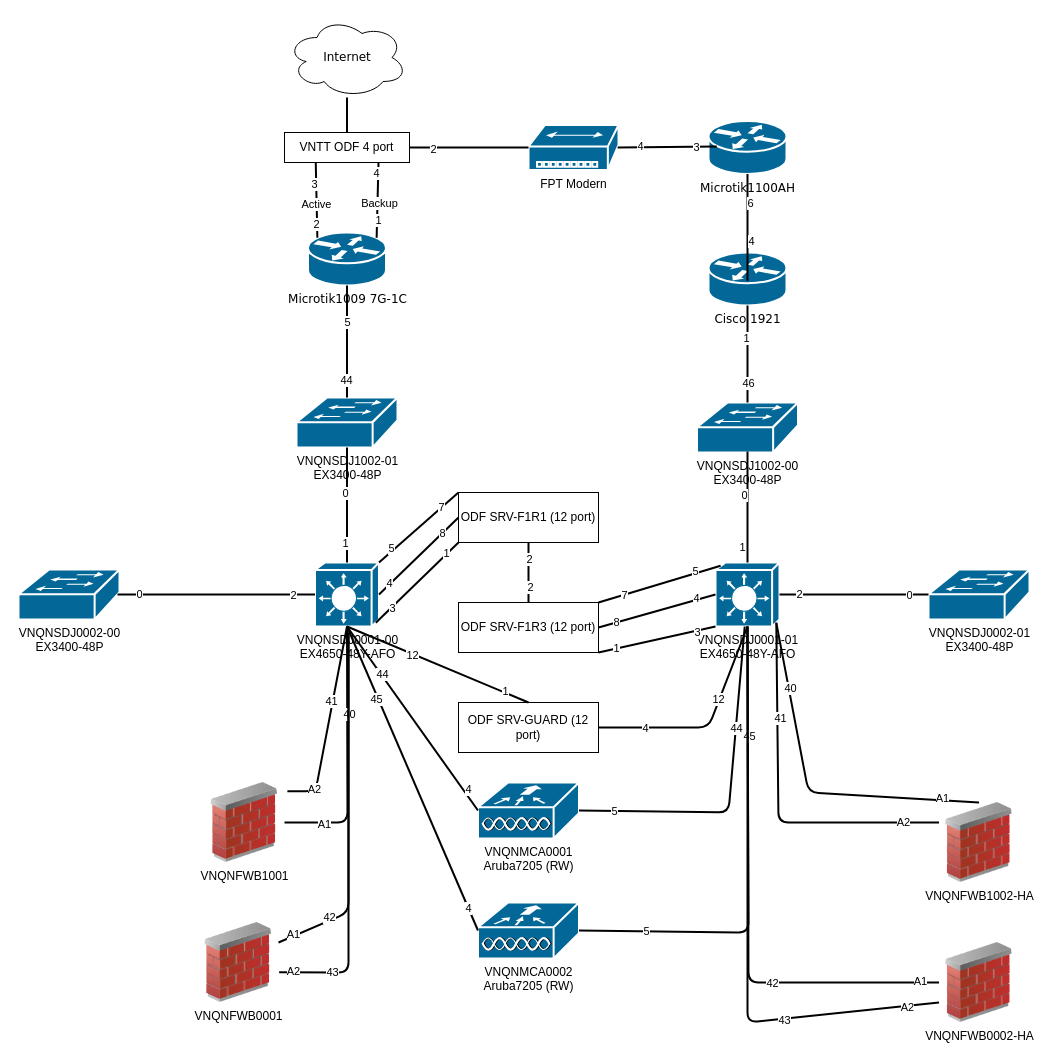
Before: page "Server room" (1 of 3) of Untitled Diagram.drawio in zalai/demo, a draw.io diagram. Source tidied: cells renumbered, new cells numbered last; positions are measured from the earlier drawing's top-left corner, leaving out a move shared by most shapes. Both pictures are drawn from the tidied source at 100%, with x=0, y=0 at pixel (18, 17).
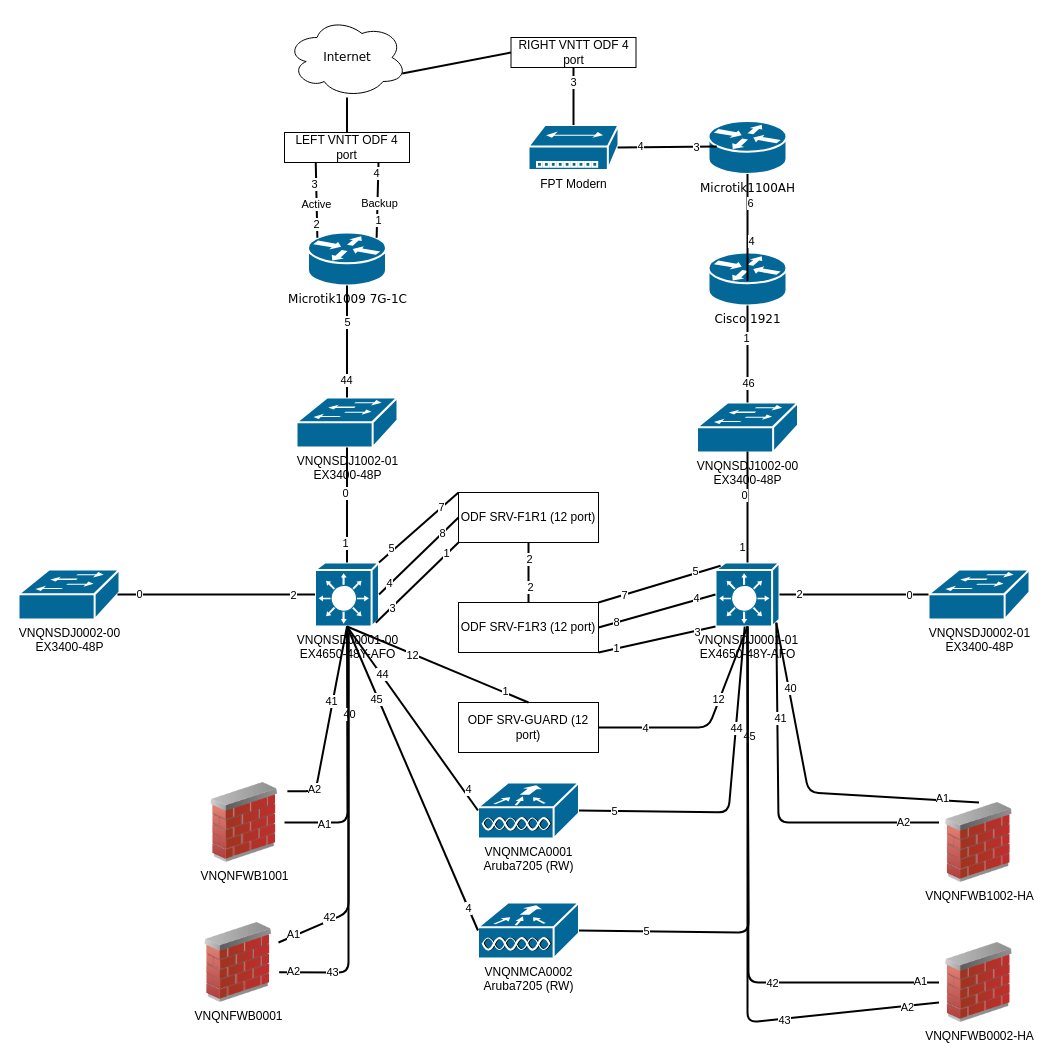
The same page after the edit.

The change refers to these unchanged cells:
```xml
<mxCell id="2" value="Internet" style="ellipse;shape=cloud;whiteSpace=wrap;html=1;rounded=0;shadow=0;comic=0;strokeWidth=1;fontFamily=Verdana;fontSize=12;" parent="1" vertex="1">
  <mxGeometry x="268.5" width="120" height="80" as="geometry" />
</mxCell>
<mxCell id="9" value="FPT Modern" style="shape=mxgraph.cisco.hubs_and_gateways.small_hub;sketch=0;html=1;dashed=0;fillColor=#036897;strokeColor=#ffffff;strokeWidth=2;verticalLabelPosition=bottom;verticalAlign=top;align=center;outlineConnect=0;" parent="1" vertex="1">
  <mxGeometry x="510" y="107.5" width="90" height="45" as="geometry" />
</mxCell>
```

What changed in the source:
```diff
@@
-    <mxCell id="15" value="VNTT ODF 4 port" style="rounded=0;whiteSpace=wrap;html=1;" parent="1" vertex="1">
+    <mxCell id="15" value="LEFT VNTT ODF 4 port" style="rounded=0;whiteSpace=wrap;html=1;" parent="1" vertex="1">
       <mxGeometry x="266" y="115" width="125" height="30" as="geometry" />
     </mxCell>
@@
-    <mxCell id="32" style="rounded=0;jettySize=auto;html=1;strokeWidth=2;endArrow=none;endFill=0;exitX=1;exitY=0.5;exitDx=0;exitDy=0;" parent="1" edge="1" source="15" target="9">
+    <mxCell id="32" style="rounded=0;jettySize=auto;html=1;strokeWidth=2;endArrow=none;endFill=0;exitX=0.5;exitY=1;exitDx=0;exitDy=0;" parent="1" edge="1" source="122" target="9">
       <mxGeometry relative="1" as="geometry" />
     </mxCell>
-    <mxCell id="33" value="2" style="edgeLabel;html=1;align=center;verticalAlign=middle;" parent="32" vertex="1">
-      <mxGeometry x="-0.61" y="-1" relative="1" as="geometry" />
-    </mxCell>
+    <mxCell id="121" value="3" style="edgeLabel;html=1;align=center;verticalAlign=middle;" parent="32" vertex="1">
+      <mxGeometry x="-0.51" y="-1" relative="1" as="geometry" />
+    </mxCell>
@@
+    <mxCell id="122" value="RIGHT VNTT ODF 4 port" style="rounded=0;whiteSpace=wrap;html=1;" parent="1" vertex="1">
+      <mxGeometry x="492.5" y="20" width="125" height="30" as="geometry" />
+    </mxCell>
+    <mxCell id="123" style="edgeStyle=none;html=1;labelBackgroundColor=none;startFill=0;endArrow=none;endFill=0;strokeWidth=2;fontFamily=Verdana;fontSize=12;exitX=0.96;exitY=0.7;exitDx=0;exitDy=0;entryX=0;entryY=0.5;entryDx=0;entryDy=0;exitPerimeter=0;" parent="1" edge="1" source="2" target="122">
+      <mxGeometry relative="1" as="geometry" />
+    </mxCell>
```
